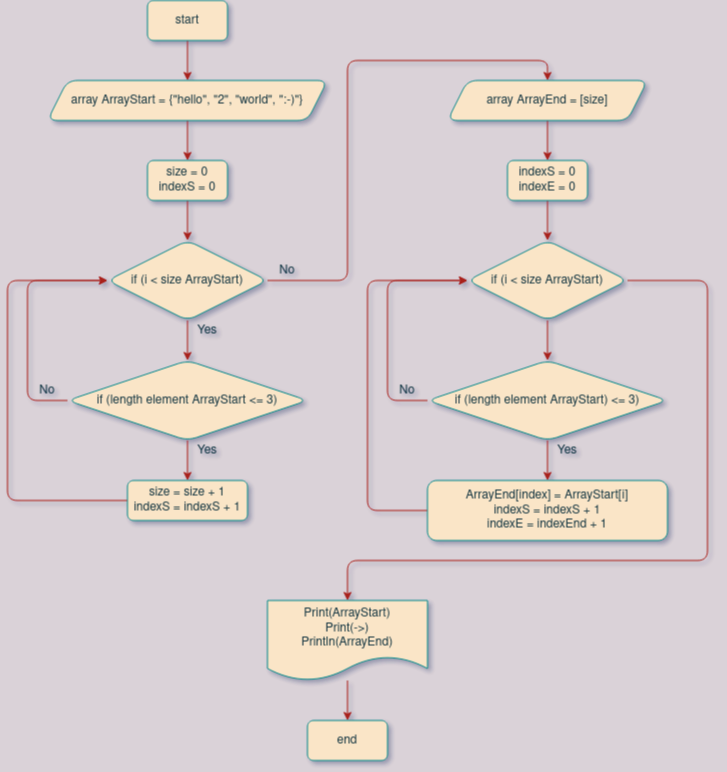
Before: task001_choiceel-t_less_3_symb/pic/test_find_el-t_string_array.drawio.png, a diagram exported from draw.io (r-oleg-official/test_result_choice_specialist). Source tidied: cells renumbered, new cells last; positions are measured from the earlier drawing's top-left corner, leaving out a move shared by most shapes.
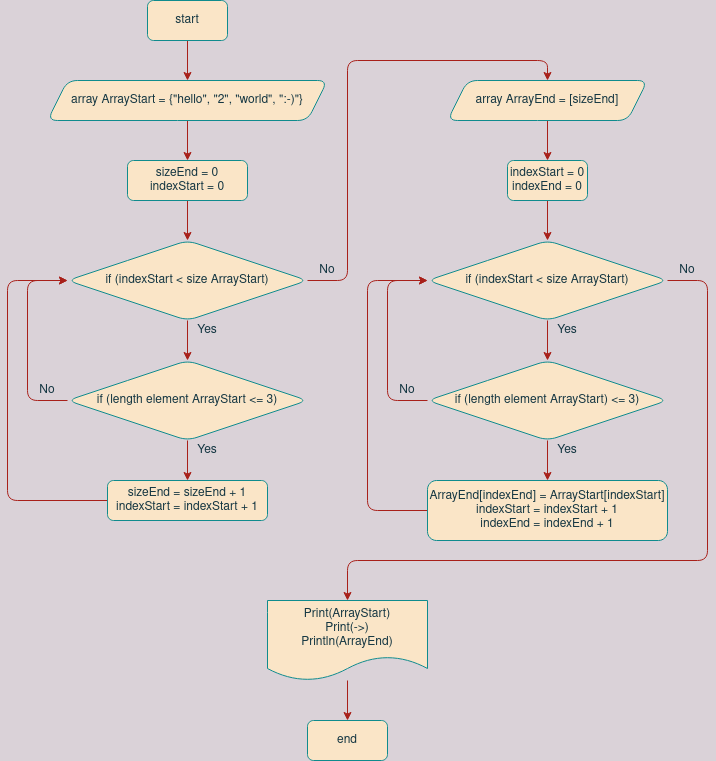
After the commit.

Commit message:
Edit schema of the algoritm.

Diff of the diagram source:
```diff
@@ -29,14 +29,14 @@
         </Array>
       </mxGeometry>
     </mxCell>
-    <mxCell id="9" value="&lt;div&gt;if (i &amp;lt; size ArrayStart)&lt;/div&gt;" style="rhombus;whiteSpace=wrap;html=1;fillColor=#FAE5C7;strokeColor=#0F8B8D;rounded=1;fontColor=#143642;" parent="1" vertex="1">
-      <mxGeometry x="100" y="240" width="160" height="80" as="geometry" />
+    <mxCell id="9" value="&lt;div&gt;if (indexStart &amp;lt; size ArrayStart)&lt;/div&gt;" style="rhombus;whiteSpace=wrap;html=1;fillColor=#FAE5C7;strokeColor=#0F8B8D;rounded=1;fontColor=#143642;" parent="1" vertex="1">
+      <mxGeometry x="60" y="240" width="240" height="80" as="geometry" />
     </mxCell>
     <mxCell id="10" style="edgeStyle=orthogonalEdgeStyle;rounded=1;jettySize=auto;html=1;labelBackgroundColor=#DAD2D8;strokeColor=#A8201A;fontColor=#143642;" parent="1" edge="1" source="11" target="9">
       <mxGeometry relative="1" as="geometry" />
     </mxCell>
-    <mxCell id="11" value="&lt;div&gt;size = 0&lt;/div&gt;indexS = 0" style="rounded=1;whiteSpace=wrap;html=1;fillColor=#FAE5C7;strokeColor=#0F8B8D;fontColor=#143642;" parent="1" vertex="1">
-      <mxGeometry x="140" y="160" width="80" height="40" as="geometry" />
+    <mxCell id="11" value="&lt;div&gt;sizeEnd = 0&lt;/div&gt;indexStart = 0" style="rounded=1;whiteSpace=wrap;html=1;fillColor=#FAE5C7;strokeColor=#0F8B8D;fontColor=#143642;" parent="1" vertex="1">
+      <mxGeometry x="120" y="160" width="120" height="40" as="geometry" />
     </mxCell>
     <mxCell id="12" style="edgeStyle=orthogonalEdgeStyle;rounded=1;jettySize=auto;html=1;labelBackgroundColor=#DAD2D8;strokeColor=#A8201A;fontColor=#143642;" parent="1" edge="1" source="14" target="16">
       <mxGeometry relative="1" as="geometry" />
@@ -60,8 +60,8 @@
         </Array>
       </mxGeometry>
     </mxCell>
-    <mxCell id="16" value="&lt;div&gt;size = size + 1&lt;/div&gt;&lt;div&gt;indexS = indexS + 1&lt;br&gt;&lt;/div&gt;" style="whiteSpace=wrap;html=1;fillColor=#FAE5C7;strokeColor=#0F8B8D;rounded=1;fontColor=#143642;" parent="1" vertex="1">
-      <mxGeometry x="120" y="480" width="120" height="40" as="geometry" />
+    <mxCell id="16" value="&lt;div&gt;sizeEnd = sizeEnd + 1&lt;/div&gt;&lt;div&gt;indexStart = indexStart + 1&lt;br&gt;&lt;/div&gt;" style="whiteSpace=wrap;html=1;fillColor=#FAE5C7;strokeColor=#0F8B8D;rounded=1;fontColor=#143642;" parent="1" vertex="1">
+      <mxGeometry x="100" y="480" width="160" height="40" as="geometry" />
     </mxCell>
     <mxCell id="17" value="Yes" style="text;html=1;strokeColor=none;fillColor=none;align=center;verticalAlign=middle;whiteSpace=wrap;rounded=1;fontColor=#143642;" parent="1" vertex="1">
       <mxGeometry x="180" y="440" width="40" height="20" as="geometry" />
@@ -73,18 +73,18 @@
       <mxGeometry x="180" y="320" width="40" height="20" as="geometry" />
     </mxCell>
     <mxCell id="20" value="No" style="text;html=1;strokeColor=none;fillColor=none;align=center;verticalAlign=middle;whiteSpace=wrap;rounded=1;fontColor=#143642;" parent="1" vertex="1">
-      <mxGeometry x="260" y="260" width="40" height="20" as="geometry" />
+      <mxGeometry x="300" y="260" width="40" height="20" as="geometry" />
     </mxCell>
     <mxCell id="21" style="edgeStyle=orthogonalEdgeStyle;rounded=1;jettySize=auto;html=1;labelBackgroundColor=#DAD2D8;strokeColor=#A8201A;fontColor=#143642;" parent="1" edge="1" source="22" target="24">
       <mxGeometry relative="1" as="geometry" />
     </mxCell>
-    <mxCell id="22" value="&lt;div&gt;array ArrayEnd = [size]&lt;br&gt;&lt;/div&gt;" style="shape=parallelogram;perimeter=parallelogramPerimeter;whiteSpace=wrap;html=1;fixedSize=1;fillColor=#FAE5C7;strokeColor=#0F8B8D;rounded=1;fontColor=#143642;" parent="1" vertex="1">
+    <mxCell id="22" value="&lt;div&gt;array ArrayEnd = [sizeEnd]&lt;br&gt;&lt;/div&gt;" style="shape=parallelogram;perimeter=parallelogramPerimeter;whiteSpace=wrap;html=1;fixedSize=1;fillColor=#FAE5C7;strokeColor=#0F8B8D;rounded=1;fontColor=#143642;" parent="1" vertex="1">
       <mxGeometry x="440" y="80" width="200" height="40" as="geometry" />
     </mxCell>
     <mxCell id="23" style="edgeStyle=orthogonalEdgeStyle;rounded=1;jettySize=auto;html=1;labelBackgroundColor=#DAD2D8;strokeColor=#A8201A;fontColor=#143642;" parent="1" edge="1" source="24" target="27">
       <mxGeometry relative="1" as="geometry" />
     </mxCell>
-    <mxCell id="24" value="&lt;div&gt;indexS = 0&lt;/div&gt;indexE = 0" style="rounded=1;whiteSpace=wrap;html=1;fillColor=#FAE5C7;strokeColor=#0F8B8D;fontColor=#143642;" parent="1" vertex="1">
+    <mxCell id="24" value="&lt;div&gt;indexStart = 0&lt;/div&gt;indexEnd = 0" style="rounded=1;whiteSpace=wrap;html=1;fillColor=#FAE5C7;strokeColor=#0F8B8D;fontColor=#143642;" parent="1" vertex="1">
       <mxGeometry x="500" y="160" width="80" height="40" as="geometry" />
     </mxCell>
     <mxCell id="25" style="edgeStyle=orthogonalEdgeStyle;rounded=1;jettySize=auto;html=1;labelBackgroundColor=#DAD2D8;strokeColor=#A8201A;fontColor=#143642;" parent="1" edge="1" source="27" target="30">
@@ -99,8 +99,8 @@
         </Array>
       </mxGeometry>
     </mxCell>
-    <mxCell id="27" value="&lt;div&gt;if (i &amp;lt; size ArrayStart)&lt;/div&gt;" style="rhombus;whiteSpace=wrap;html=1;fillColor=#FAE5C7;strokeColor=#0F8B8D;rounded=1;fontColor=#143642;" parent="1" vertex="1">
-      <mxGeometry x="460" y="240" width="160" height="80" as="geometry" />
+    <mxCell id="27" value="&lt;div&gt;if (indexStart &amp;lt; size ArrayStart)&lt;/div&gt;" style="rhombus;whiteSpace=wrap;html=1;fillColor=#FAE5C7;strokeColor=#0F8B8D;rounded=1;fontColor=#143642;" parent="1" vertex="1">
+      <mxGeometry x="420" y="240" width="240" height="80" as="geometry" />
     </mxCell>
     <mxCell id="28" style="edgeStyle=orthogonalEdgeStyle;rounded=1;jettySize=auto;html=1;labelBackgroundColor=#DAD2D8;strokeColor=#A8201A;fontColor=#143642;" parent="1" edge="1" source="30" target="32">
       <mxGeometry relative="1" as="geometry" />
@@ -124,7 +124,7 @@
         </Array>
       </mxGeometry>
     </mxCell>
-    <mxCell id="32" value="&lt;div&gt;ArrayEnd[index] = ArrayStart[i]&lt;/div&gt;&lt;div&gt;indexS = indexS + 1&lt;/div&gt;&lt;div&gt;indexE = indexEnd + 1&lt;br&gt;&lt;/div&gt;" style="whiteSpace=wrap;html=1;fillColor=#FAE5C7;strokeColor=#0F8B8D;rounded=1;fontColor=#143642;" parent="1" vertex="1">
+    <mxCell id="32" value="&lt;div&gt;ArrayEnd[indexEnd] = ArrayStart[indexStart]&lt;/div&gt;&lt;div&gt;indexStart = indexStart + 1&lt;/div&gt;&lt;div&gt;indexEnd = indexEnd + 1&lt;br&gt;&lt;/div&gt;" style="whiteSpace=wrap;html=1;fillColor=#FAE5C7;strokeColor=#0F8B8D;rounded=1;fontColor=#143642;" parent="1" vertex="1">
       <mxGeometry x="420" y="480" width="240" height="60" as="geometry" />
     </mxCell>
     <mxCell id="33" value="Yes" style="text;html=1;strokeColor=none;fillColor=none;align=center;verticalAlign=middle;whiteSpace=wrap;rounded=1;fontColor=#143642;" parent="1" vertex="1">
@@ -139,5 +139,11 @@
     <mxCell id="36" value="&lt;div&gt;Print(ArrayStart)&lt;/div&gt;&lt;div&gt;Print(-&amp;gt;)&lt;/div&gt;&lt;div&gt;Println(ArrayEnd)&lt;br&gt;&lt;/div&gt;" style="shape=document;whiteSpace=wrap;html=1;boundedLbl=1;fillColor=#FAE5C7;strokeColor=#0F8B8D;fontColor=#143642;rounded=1;" parent="1" vertex="1">
       <mxGeometry x="260" y="600" width="160" height="80" as="geometry" />
     </mxCell>
+    <mxCell id="37" value="No" style="text;html=1;strokeColor=none;fillColor=none;align=center;verticalAlign=middle;whiteSpace=wrap;rounded=1;fontColor=#143642;" parent="1" vertex="1">
+      <mxGeometry x="660" y="260" width="40" height="20" as="geometry" />
+    </mxCell>
+    <mxCell id="38" value="Yes" style="text;html=1;strokeColor=none;fillColor=none;align=center;verticalAlign=middle;whiteSpace=wrap;rounded=1;fontColor=#143642;" parent="1" vertex="1">
+      <mxGeometry x="540" y="320" width="40" height="20" as="geometry" />
+    </mxCell>
   </root>
 </mxGraphModel>
```
